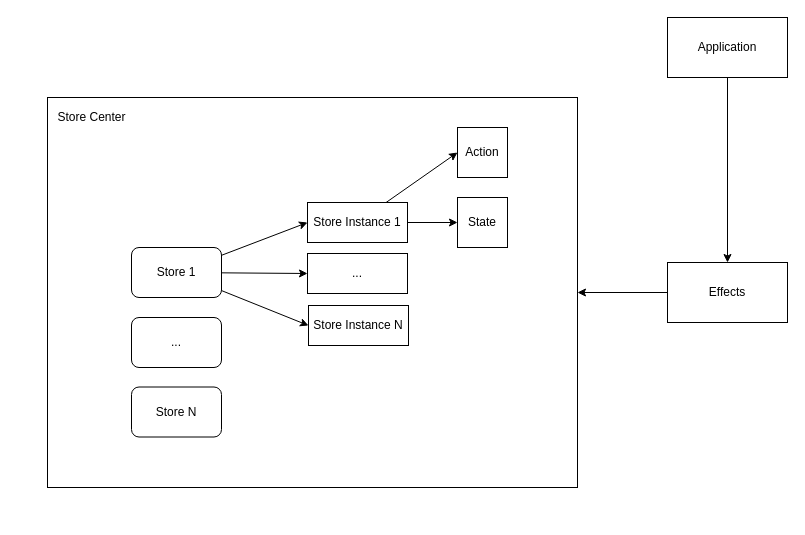
The draw.io diagram design.dio in Basaltic/rethos, before the edit. Source tidied: cells renumbered, new cells numbered last; positions are measured from the earlier drawing's top-left corner, leaving out a move shared by most shapes. Both pictures are drawn from the tidied source at 100%, with x=0, y=0 at pixel (47, 17).
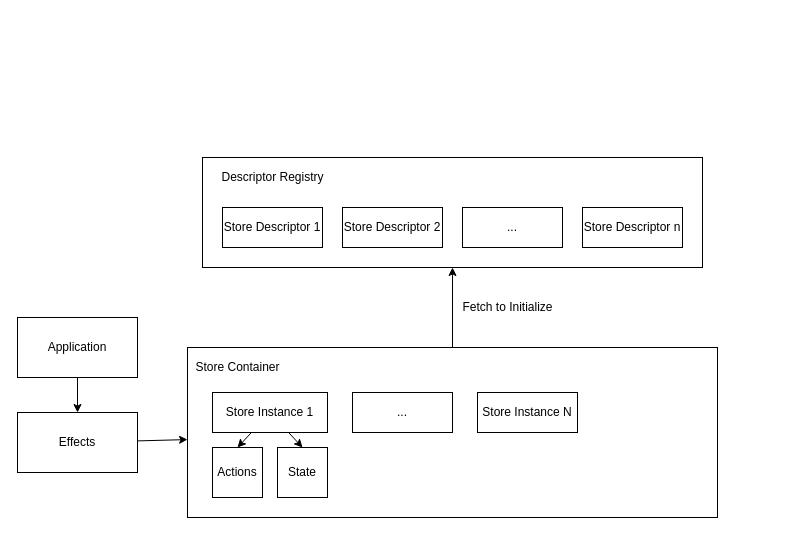
The same page after the edit.

The edit, as a diff of the source:
```diff
@@
+    <mxCell id="21" style="edgeStyle=none;html=1;exitX=0.5;exitY=0;exitDx=0;exitDy=0;entryX=0.5;entryY=1;entryDx=0;entryDy=0;" parent="1" edge="1" source="2" target="22">
+      <mxGeometry relative="1" as="geometry" />
+    </mxCell>
     <mxCell id="2" style="rounded=0;whiteSpace=wrap;html=1;" parent="1" vertex="1">
-      <mxGeometry y="80" width="530" height="390" as="geometry" />
+      <mxGeometry x="140" y="330" width="530" height="170" as="geometry" />
     </mxCell>
@@
     <mxCell id="4" value="Application" style="rounded=0;whiteSpace=wrap;html=1;" parent="1" vertex="1">
-      <mxGeometry x="620" width="120" height="60" as="geometry" />
+      <mxGeometry x="-30" y="300" width="120" height="60" as="geometry" />
     </mxCell>
-    <mxCell id="5" style="edgeStyle=none;html=1;entryX=0;entryY=0.5;entryDx=0;entryDy=0;" parent="1" edge="1" source="8" target="11">
-      <mxGeometry relative="1" as="geometry" />
-    </mxCell>
-    <mxCell id="6" style="edgeStyle=none;html=1;entryX=0;entryY=0.5;entryDx=0;entryDy=0;" parent="1" edge="1" source="8" target="12">
-      <mxGeometry relative="1" as="geometry" />
-    </mxCell>
-    <mxCell id="7" style="edgeStyle=none;html=1;entryX=0;entryY=0.5;entryDx=0;entryDy=0;" parent="1" edge="1" source="8" target="13">
-      <mxGeometry relative="1" as="geometry" />
-    </mxCell>
-    <mxCell id="8" value="Store 1" style="rounded=1;whiteSpace=wrap;html=1;" parent="1" vertex="1">
-      <mxGeometry x="84" y="230" width="90" height="50" as="geometry" />
-    </mxCell>
-    <mxCell id="9" style="edgeStyle=none;html=1;entryX=0;entryY=0.5;entryDx=0;entryDy=0;" parent="1" edge="1" source="11" target="16">
+    <mxCell id="9" style="edgeStyle=none;html=1;entryX=0.5;entryY=0;entryDx=0;entryDy=0;" parent="1" edge="1" source="11" target="16">
       <mxGeometry relative="1" as="geometry" />
     </mxCell>
-    <mxCell id="10" style="edgeStyle=none;html=1;entryX=0;entryY=0.5;entryDx=0;entryDy=0;" parent="1" edge="1" source="11" target="17">
+    <mxCell id="10" style="edgeStyle=none;html=1;entryX=0.5;entryY=0;entryDx=0;entryDy=0;" parent="1" edge="1" source="11" target="17">
       <mxGeometry relative="1" as="geometry" />
     </mxCell>
     <mxCell id="11" value="Store Instance 1" style="rounded=0;whiteSpace=wrap;html=1;" parent="1" vertex="1">
-      <mxGeometry x="260" y="185" width="100" height="40" as="geometry" />
+      <mxGeometry x="165" y="375" width="115" height="40" as="geometry" />
     </mxCell>
     <mxCell id="12" value="..." style="rounded=0;whiteSpace=wrap;html=1;" parent="1" vertex="1">
-      <mxGeometry x="260" y="236" width="100" height="40" as="geometry" />
+      <mxGeometry x="305" y="375" width="100" height="40" as="geometry" />
     </mxCell>
     <mxCell id="13" value="Store Instance N" style="rounded=0;whiteSpace=wrap;html=1;" parent="1" vertex="1">
-      <mxGeometry x="261" y="288" width="100" height="40" as="geometry" />
+      <mxGeometry x="430" y="375" width="100" height="40" as="geometry" />
     </mxCell>
-    <mxCell id="14" value="..." style="rounded=1;whiteSpace=wrap;html=1;" parent="1" vertex="1">
-      <mxGeometry x="84" y="300" width="90" height="50" as="geometry" />
-    </mxCell>
-    <mxCell id="15" value="Store N" style="rounded=1;whiteSpace=wrap;html=1;" parent="1" vertex="1">
-      <mxGeometry x="84" y="369.5" width="90" height="50" as="geometry" />
-    </mxCell>
     <mxCell id="16" value="State" style="whiteSpace=wrap;html=1;" parent="1" vertex="1">
-      <mxGeometry x="410" y="180" width="50" height="50" as="geometry" />
+      <mxGeometry x="230" y="430" width="50" height="50" as="geometry" />
     </mxCell>
-    <mxCell id="17" value="Action" style="whiteSpace=wrap;html=1;" parent="1" vertex="1">
-      <mxGeometry x="410" y="110" width="50" height="50" as="geometry" />
+    <mxCell id="17" value="Actions" style="whiteSpace=wrap;html=1;" parent="1" vertex="1">
+      <mxGeometry x="165" y="430" width="50" height="50" as="geometry" />
     </mxCell>
-    <mxCell id="18" value="Store Center" style="text;html=1;align=center;verticalAlign=middle;strokeColor=none;fillColor=none;" parent="1" vertex="1">
-      <mxGeometry x="4" y="90" width="80" height="20" as="geometry" />
+    <mxCell id="18" value="Store Container" style="text;html=1;align=center;verticalAlign=middle;strokeColor=none;fillColor=none;" parent="1" vertex="1">
+      <mxGeometry x="140" y="340" width="100" height="20" as="geometry" />
     </mxCell>
@@
     <mxCell id="20" value="Effects" style="rounded=0;whiteSpace=wrap;html=1;" parent="1" vertex="1">
-      <mxGeometry x="620" y="245" width="120" height="60" as="geometry" />
+      <mxGeometry x="-30" y="395" width="120" height="60" as="geometry" />
     </mxCell>
+    <mxCell id="22" style="rounded=0;whiteSpace=wrap;html=1;" parent="1" vertex="1">
+      <mxGeometry x="155" y="140" width="500" height="110" as="geometry" />
+    </mxCell>
+    <mxCell id="23" value="Descriptor Registry" style="text;html=1;align=center;verticalAlign=middle;strokeColor=none;fillColor=none;" parent="1" vertex="1">
+      <mxGeometry x="165" y="150" width="120" height="20" as="geometry" />
+    </mxCell>
+    <mxCell id="24" value="Store Descriptor 1" style="rounded=0;whiteSpace=wrap;html=1;" parent="1" vertex="1">
+      <mxGeometry x="175" y="190" width="100" height="40" as="geometry" />
+    </mxCell>
+    <mxCell id="25" value="Store Descriptor 2" style="rounded=0;whiteSpace=wrap;html=1;" parent="1" vertex="1">
+      <mxGeometry x="295" y="190" width="100" height="40" as="geometry" />
+    </mxCell>
+    <mxCell id="14" value="..." style="rounded=0;whiteSpace=wrap;html=1;" parent="1" vertex="1">
+      <mxGeometry x="415" y="190" width="100" height="40" as="geometry" />
+    </mxCell>
+    <mxCell id="26" value="Store Descriptor n" style="rounded=0;whiteSpace=wrap;html=1;" parent="1" vertex="1">
+      <mxGeometry x="535" y="190" width="100" height="40" as="geometry" />
+    </mxCell>
+    <mxCell id="27" value="Fetch to Initialize" style="text;html=1;align=center;verticalAlign=middle;strokeColor=none;fillColor=none;" parent="1" vertex="1">
+      <mxGeometry x="405" y="280" width="110" height="20" as="geometry" />
+    </mxCell>
```
